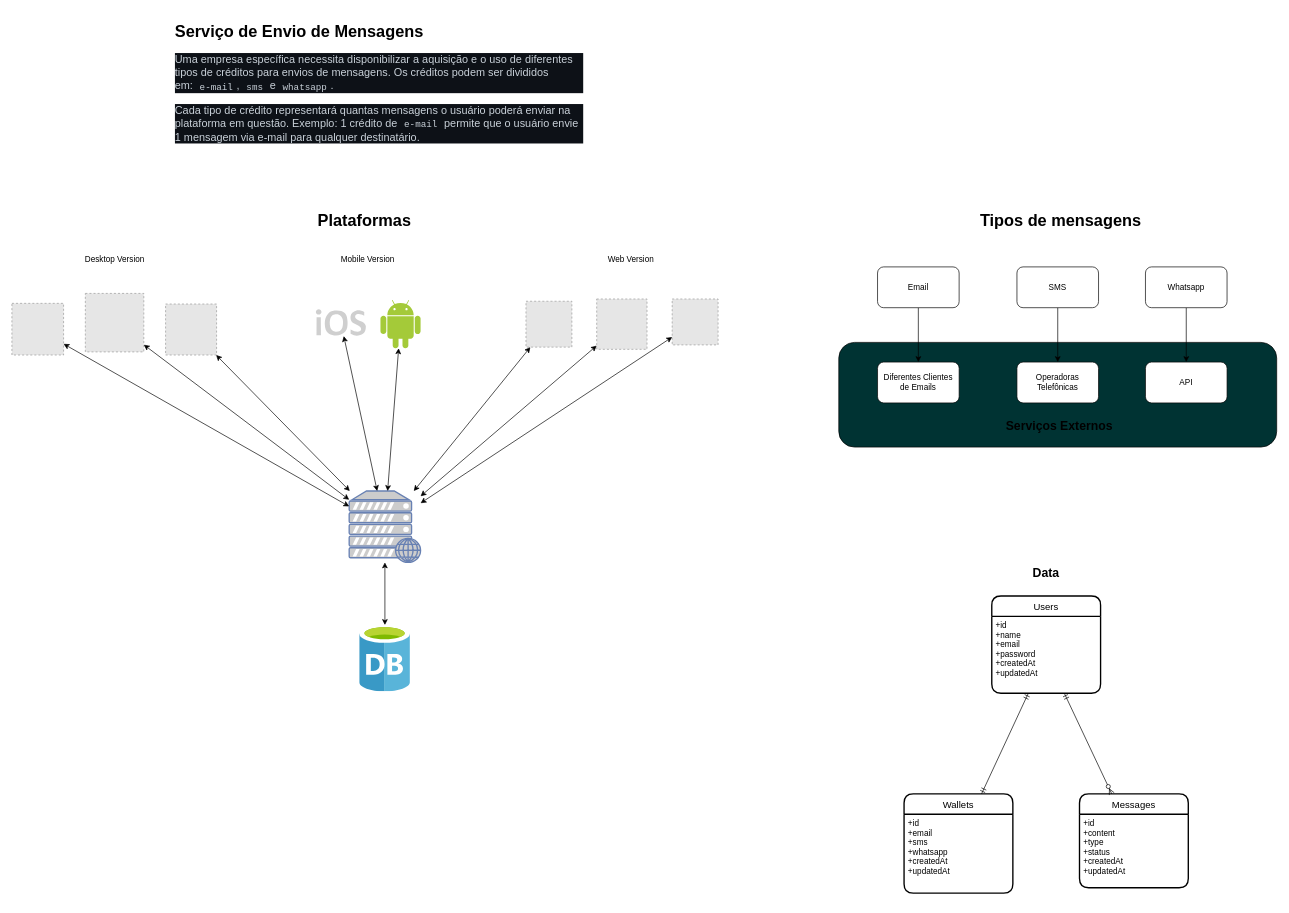
HalexV/jsexpert-challenge06-patterns keeps this draw.io diagram as blueprint.drawio. Above is the earlier version. Source tidied: cells renumbered, new cells numbered last; positions are measured from the earlier drawing's top-left corner, leaving out a move shared by most shapes. Both pictures are drawn from the tidied source at 68%, with x=0, y=0 at pixel (12, 18). Pictures stored in the file or linked from it are replaced by grey dashed boxes.
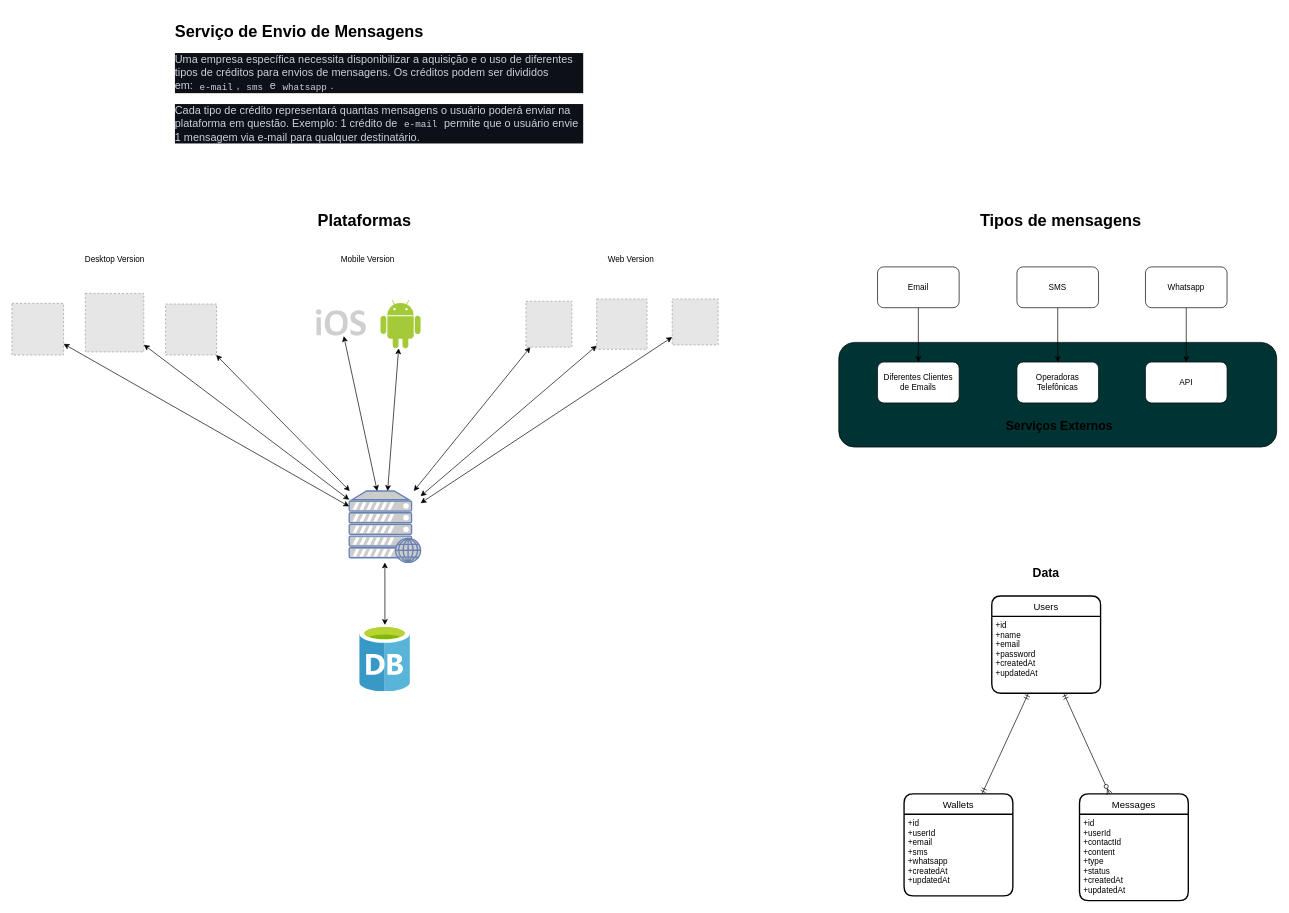
After the change.

The edit, as a diff of the source:
```diff
@@
     <mxCell id="39" value="Wallets" style="swimlane;horizontal=1;startSize=30;rounded=1;fontSize=14;fontStyle=0;strokeWidth=2;shadow=0;dashed=0;align=center;" parent="1" vertex="1">
-      <mxGeometry x="1312" y="1140" width="160" height="146" as="geometry" />
+      <mxGeometry x="1312" y="1140" width="160" height="150" as="geometry" />
     </mxCell>
-    <mxCell id="40" value="+id&#10;+email&#10;+sms&#10;+whatsapp&#10;+createdAt&#10;+updatedAt" style="align=left;strokeColor=none;fillColor=none;spacingLeft=4;fontSize=12;verticalAlign=top;" parent="39" vertex="1">
-      <mxGeometry y="30" width="160" height="116" as="geometry" />
+    <mxCell id="40" value="+id&#10;+userId&#10;+email&#10;+sms&#10;+whatsapp&#10;+createdAt&#10;+updatedAt" style="align=left;strokeColor=none;fillColor=none;spacingLeft=4;fontSize=12;verticalAlign=top;" parent="39" vertex="1">
+      <mxGeometry y="30" width="160" height="120" as="geometry" />
     </mxCell>
@@
     <mxCell id="42" value="Messages" style="swimlane;horizontal=1;startSize=30;rounded=1;fontSize=14;fontStyle=0;strokeWidth=2;shadow=0;dashed=0;align=center;" parent="1" vertex="1">
-      <mxGeometry x="1570" y="1140" width="160" height="138" as="geometry" />
+      <mxGeometry x="1570" y="1140" width="160" height="157" as="geometry" />
     </mxCell>
-    <mxCell id="43" value="+id&#10;+content&#10;+type&#10;+status&#10;+createdAt&#10;+updatedAt" style="align=left;strokeColor=none;fillColor=none;spacingLeft=4;fontSize=12;verticalAlign=top;" parent="42" vertex="1">
-      <mxGeometry y="30" width="160" height="108" as="geometry" />
+    <mxCell id="43" value="+id&#10;+userId&#10;+contactId&#10;+content&#10;+type&#10;+status&#10;+createdAt&#10;+updatedAt" style="align=left;strokeColor=none;fillColor=none;spacingLeft=4;fontSize=12;verticalAlign=top;" parent="42" vertex="1">
+      <mxGeometry y="30" width="160" height="127" as="geometry" />
     </mxCell>
```
